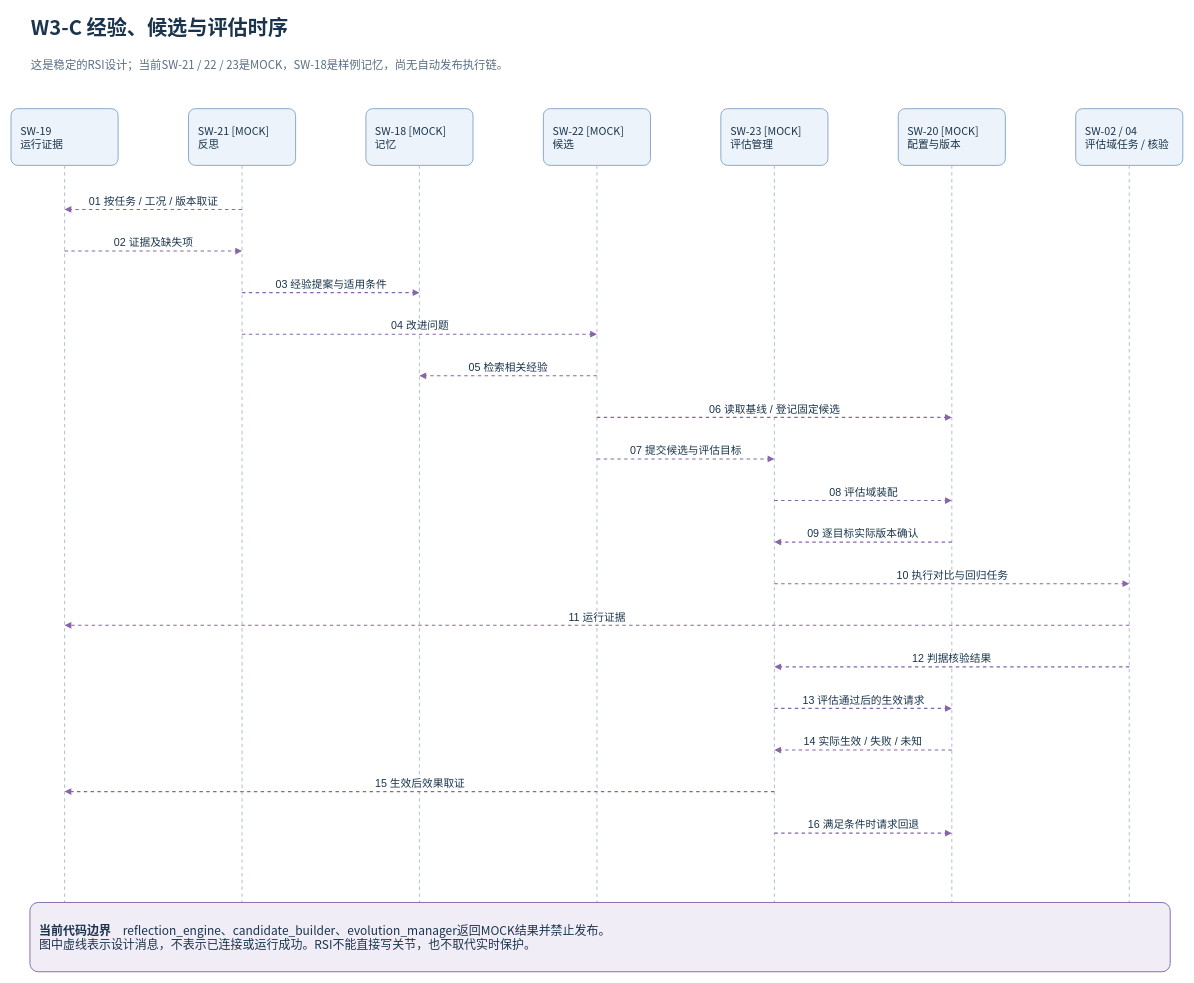
This is page "W3-C 经验、候选与评估时序" (3 of 3) of site/diagrams/runtime-sequences.drawio from gao377/gao377.github.io, a draw.io file, before an edit. Source tidied: cells renumbered, new cells numbered last; positions are measured from the earlier drawing's top-left corner, leaving out a move shared by most shapes. Both pictures are drawn from the tidied source at 63%, with x=0, y=0 at pixel (11, 11).
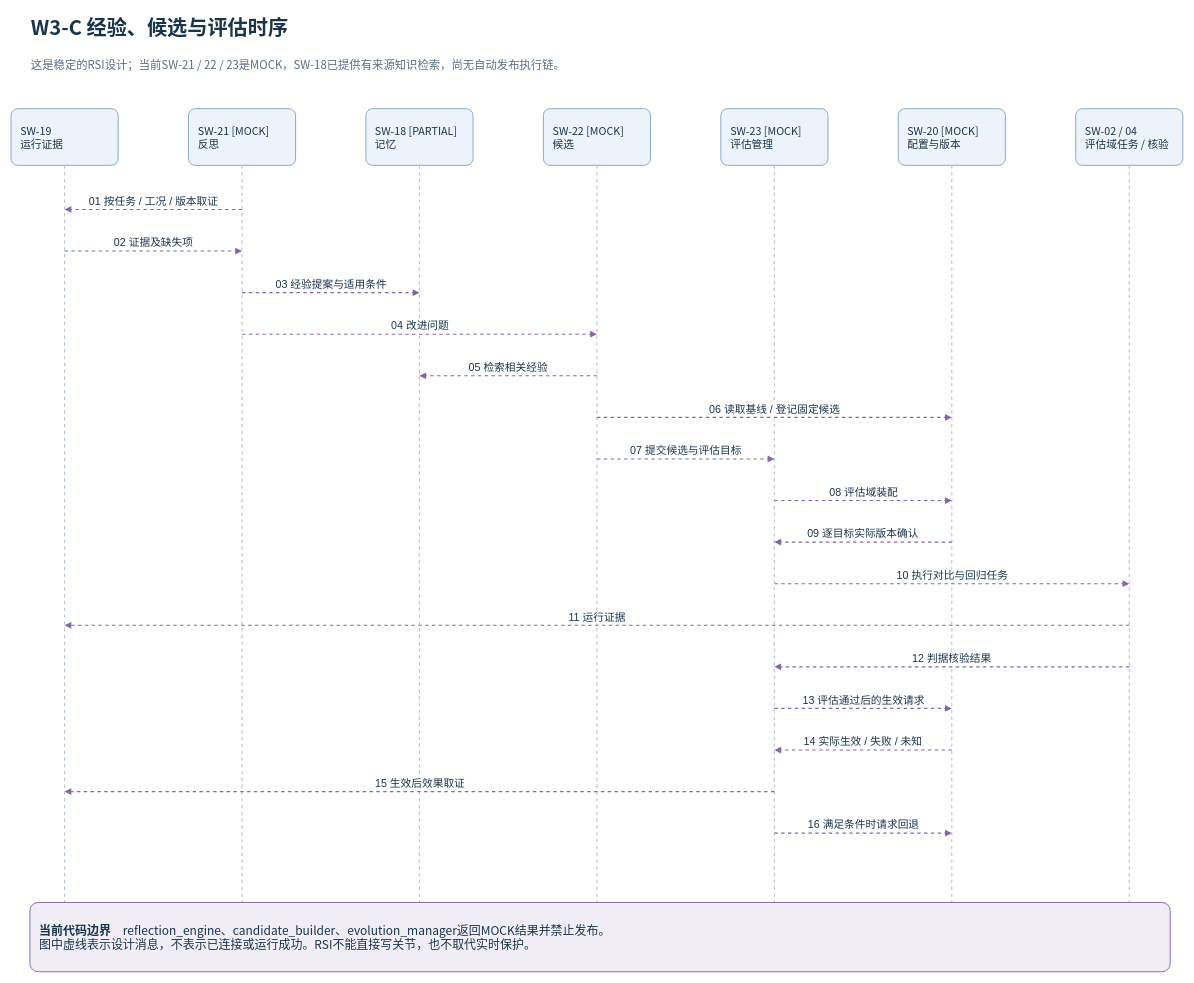
Above is the later version.

What changed in the source:
```diff
@@
-    <mxCell id="3" value="这是稳定的RSI设计；当前SW-21 / 22 / 23是MOCK，SW-18是样例记忆，尚无自动发布执行链。" style="text;html=1;whiteSpace=wrap;align=left;verticalAlign=middle;strokeColor=none;fillColor=none;fontFamily=Noto Sans CJK SC;fontSize=18;fontColor=#596E84;fontStyle=0;" parent="1" vertex="1">
+    <mxCell id="3" value="这是稳定的RSI设计；当前SW-21 / 22 / 23是MOCK，SW-18已提供有来源知识检索，尚无自动发布执行链。" style="text;html=1;whiteSpace=wrap;align=left;verticalAlign=middle;strokeColor=none;fillColor=none;fontFamily=Noto Sans CJK SC;fontSize=18;fontColor=#596E84;fontStyle=0;" parent="1" vertex="1">
       <mxGeometry x="30" y="60" width="1810" height="48" as="geometry" />
     </mxCell>
@@
-    <mxCell id="8" value="SW-18 [MOCK]&lt;br&gt;记忆" style="rounded=1;whiteSpace=wrap;html=1;fillColor=#EDF3FA;strokeColor=#85A6C8;strokeWidth=1.5;fontFamily=Noto Sans CJK SC;fontSize=17;fontColor=#19344C;align=left;verticalAlign=middle;spacing=15;arcSize=12;" parent="1" vertex="1">
+    <mxCell id="8" value="SW-18 [PARTIAL]&lt;br&gt;记忆" style="rounded=1;whiteSpace=wrap;html=1;fillColor=#EDF3FA;strokeColor=#85A6C8;strokeWidth=1.5;fontFamily=Noto Sans CJK SC;fontSize=17;fontColor=#19344C;align=left;verticalAlign=middle;spacing=15;arcSize=12;" parent="1" vertex="1">
       <mxGeometry x="563.3" y="155" width="170" height="90" as="geometry" />
     </mxCell>
```
